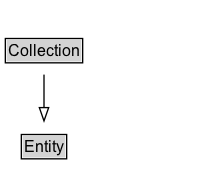
The Graphviz diagram docs/diagrams/Collection.dot.png in k-vaughn/ontology-import-prov, before a commit. Its source is kept beside it as docs/diagrams/Collection.dot. The source it was exported from:
```dot
digraph {
	graph [overlap=false rankdir=TB splines=true]
	node [fontname=Arial fontsize=12 margin=0 shape=none]
	edge [fontname=Arial fontsize=11]
	Collection [label=<<TABLE BORDER="1" CELLBORDER="0" CELLSPACING="0" CELLPADDING="1"><TR><TD BGCOLOR="lightgray" ALIGN="CENTER">Collection</TD></TR></TABLE>> URL="../Collection" margin=0]
	{
		rank=max
	}
	subgraph cluster_associated {
		label="" style=invis
		Invis [label=<<TABLE BORDER="0" CELLBORDER="0" CELLSPACING="0" CELLPADDING="1"><TR><TD></TD></TR></TABLE>> margin=0 style=invis]
	}
	Entity [label=<<TABLE BORDER="1" CELLBORDER="0" CELLSPACING="0" CELLPADDING="1"><TR><TD BGCOLOR="lightgray" ALIGN="CENTER">Entity</TD></TR></TABLE>> URL="../Entity" margin=0]
	Collection -> Entity [arrowhead=onormal style=solid]
}
```
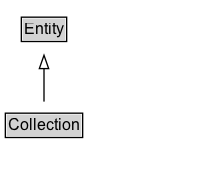
After the commit.

Diff of the diagram source:
```diff
@@ -2,6 +2,10 @@
 	graph [overlap=false rankdir=TB splines=true]
 	node [fontname=Arial fontsize=12 margin=0 shape=none]
 	edge [fontname=Arial fontsize=11]
+	{
+		rank=source
+		Entity [label=<<TABLE BORDER="1" CELLBORDER="0" CELLSPACING="0" CELLPADDING="1"><TR><TD BGCOLOR="lightgray" ALIGN="CENTER">Entity</TD></TR></TABLE>> URL="../Entity" margin=0]
+	}
 	Collection [label=<<TABLE BORDER="1" CELLBORDER="0" CELLSPACING="0" CELLPADDING="1"><TR><TD BGCOLOR="lightgray" ALIGN="CENTER">Collection</TD></TR></TABLE>> URL="../Collection" margin=0]
 	{
 		rank=max
@@ -10,6 +14,5 @@
 		label="" style=invis
 		Invis [label=<<TABLE BORDER="0" CELLBORDER="0" CELLSPACING="0" CELLPADDING="1"><TR><TD></TD></TR></TABLE>> margin=0 style=invis]
 	}
-	Entity [label=<<TABLE BORDER="1" CELLBORDER="0" CELLSPACING="0" CELLPADDING="1"><TR><TD BGCOLOR="lightgray" ALIGN="CENTER">Entity</TD></TR></TABLE>> URL="../Entity" margin=0]
 	Collection -> Entity [arrowhead=onormal style=solid]
 }
```
